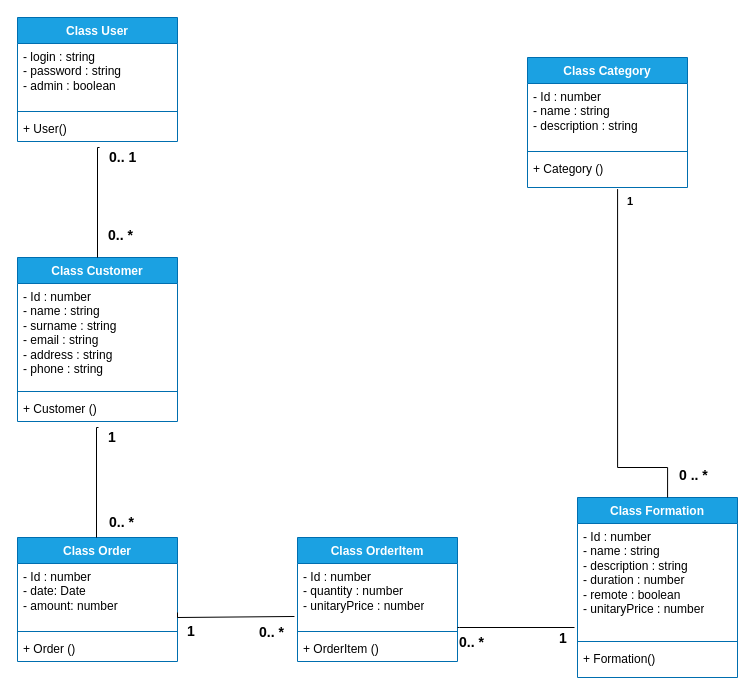
Before: diagrammes/Diagramme_de_classe.drawio in Arthur40480/Evaluation1, a draw.io diagram. Source tidied: cells renumbered, new cells numbered last; positions are measured from the earlier drawing's top-left corner, leaving out a move shared by most shapes. Both pictures are drawn from the tidied source at 100%, with x=0, y=0 at pixel (17, 17).
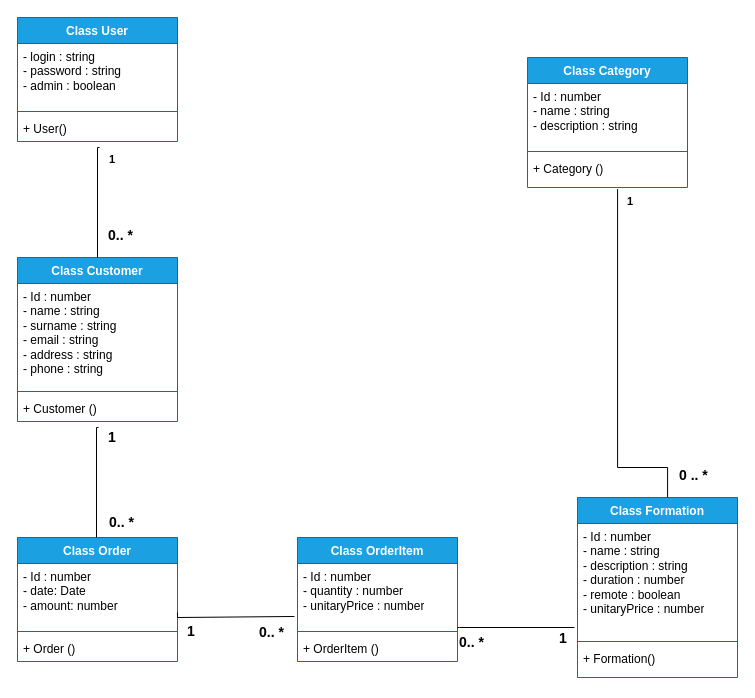
After the change.

Commit message (it also covers changes not shown here):
Modification du diagramme de classe

Unchanged cells that the change refers to:
```xml
<mxCell id="10" style="endArrow=none;endFill=0;html=1;edgeStyle=orthogonalEdgeStyle;align=left;verticalAlign=top;rounded=0;entryX=0.5;entryY=0;entryDx=0;entryDy=0;exitX=0.513;exitY=1.231;exitDx=0;exitDy=0;exitPerimeter=0;" parent="1" edge="1" source="5" target="6">
  <mxGeometry x="-1" relative="1" as="geometry">
    <Array as="points">
      <mxPoint x="80" y="130" />
    </Array>
  </mxGeometry>
</mxCell>
```

The edit, as a diff of the source:
```diff
@@
-    <mxCell id="11" value="&lt;font style=&quot;font-size: 14px;&quot;&gt;&lt;b&gt;&lt;font style=&quot;font-size: 14px;&quot;&gt;0.. 1&lt;/font&gt;&lt;/b&gt;&lt;/font&gt;" style="edgeLabel;html=1;align=left;verticalAlign=bottom;" parent="10" vertex="1">
+    <mxCell id="11" value="&lt;b&gt;1&lt;/b&gt;" style="edgeLabel;html=1;align=left;verticalAlign=bottom;" parent="10" vertex="1">
       <mxGeometry x="-1" relative="1" as="geometry">
         <mxPoint x="8" y="20" as="offset" />
       </mxGeometry>
     </mxCell>
```
